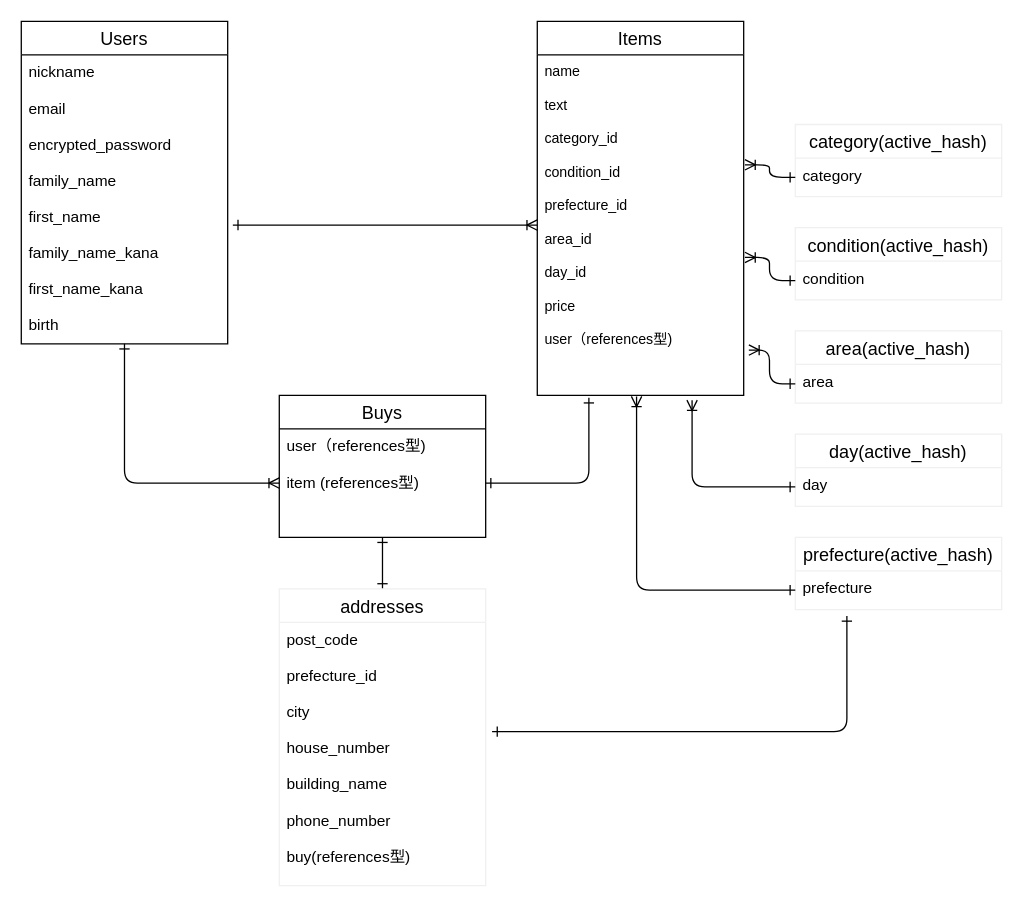
Above: furima.dio in MayumiT/furima-33052 (draw.io), before the change. Source tidied: cells renumbered, new cells numbered last; positions are measured from the earlier drawing's top-left corner, leaving out a move shared by most shapes. Both pictures are drawn from the tidied source at 129%, with x=0, y=0 at pixel (21, 21).
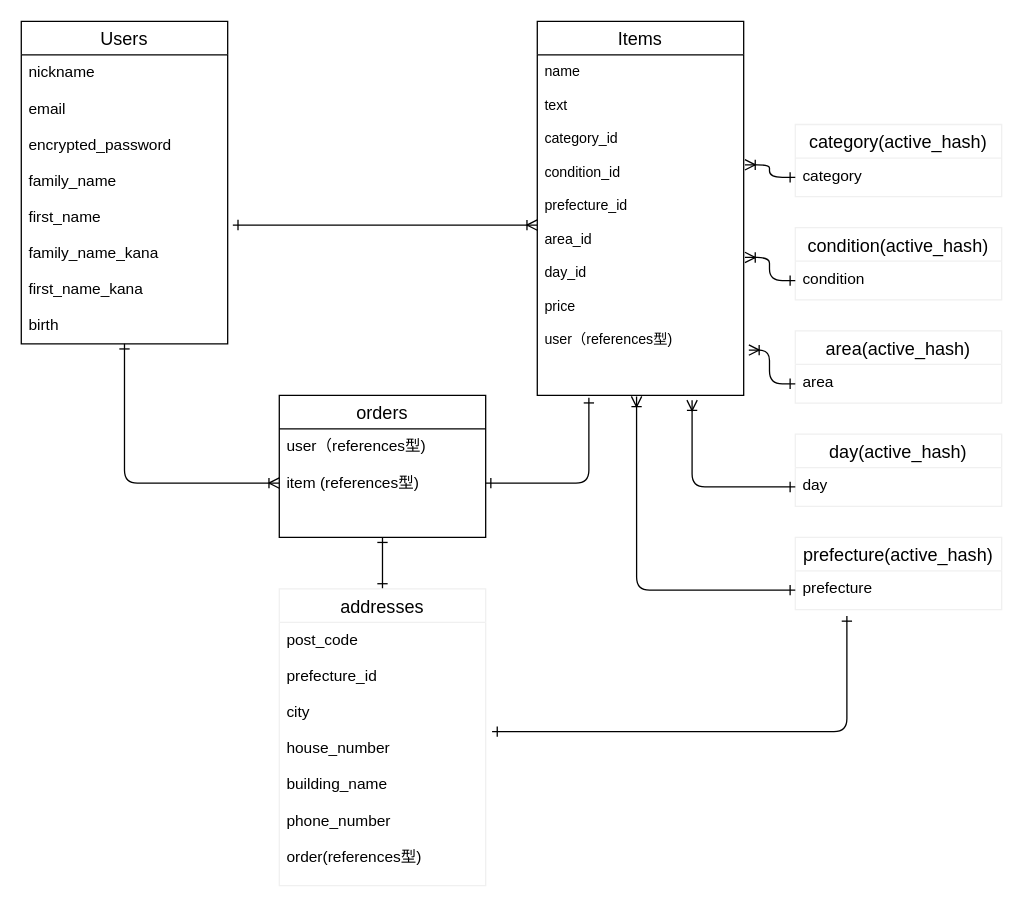
The same diagram, later.

The change refers to these unchanged cells:
```xml
<mxCell id="11" value="addresses" style="swimlane;fontStyle=0;horizontal=1;startSize=26;align=center;fontSize=14;strokeColor=#f0f0f0;" parent="1" vertex="1">
  <mxGeometry x="200" y="440" width="160" height="230" as="geometry" />
</mxCell>
```

The edit, as a diff of the source:
```diff
@@
-    <mxCell id="9" value="Buys" style="swimlane;fontStyle=0;horizontal=1;startSize=26;align=center;fontSize=14;" parent="1" vertex="1">
+    <mxCell id="9" value="orders" style="swimlane;fontStyle=0;horizontal=1;startSize=26;align=center;fontSize=14;" parent="1" vertex="1">
       <mxGeometry x="200" y="290" width="160" height="110" as="geometry" />
     </mxCell>
@@
-    <mxCell id="12" value="post_code&#10;&#10;prefecture_id&#10;&#10;city&#10;&#10;house_number&#10;&#10;building_name&#10;&#10;phone_number&#10;&#10;buy(references型)&#10;&#10;&#10;&#10;&#10;" style="text;strokeColor=none;fillColor=none;spacingLeft=4;spacingRight=4;overflow=hidden;points=[[0,0.5],[1,0.5]];portConstraint=eastwest;fontSize=12;" parent="11" vertex="1">
+    <mxCell id="12" value="post_code&#10;&#10;prefecture_id&#10;&#10;city&#10;&#10;house_number&#10;&#10;building_name&#10;&#10;phone_number&#10;&#10;order(references型)&#10;&#10;&#10;&#10;&#10;" style="text;strokeColor=none;fillColor=none;spacingLeft=4;spacingRight=4;overflow=hidden;points=[[0,0.5],[1,0.5]];portConstraint=eastwest;fontSize=12;" parent="11" vertex="1">
       <mxGeometry y="26" width="160" height="204" as="geometry" />
     </mxCell>
```
